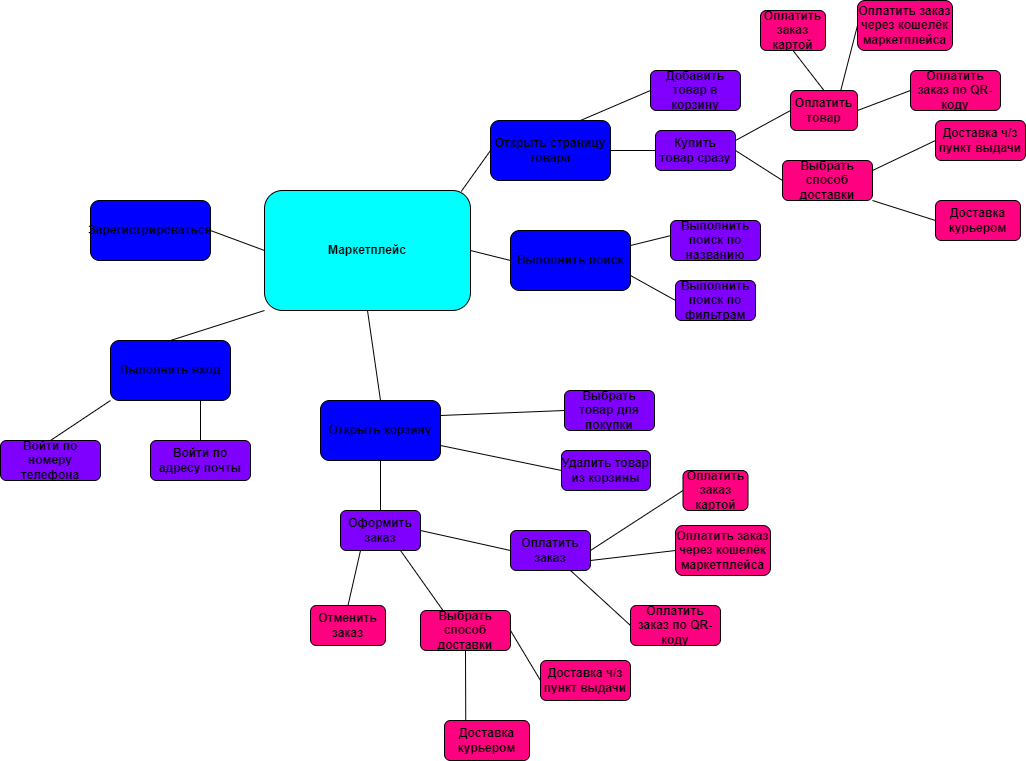
Involuntar/Test keeps this draw.io diagram as intel_card.png. Above is the earlier version. Source tidied: cells renumbered, new cells last; positions are measured from the earlier drawing's top-left corner, leaving out a move shared by most shapes.
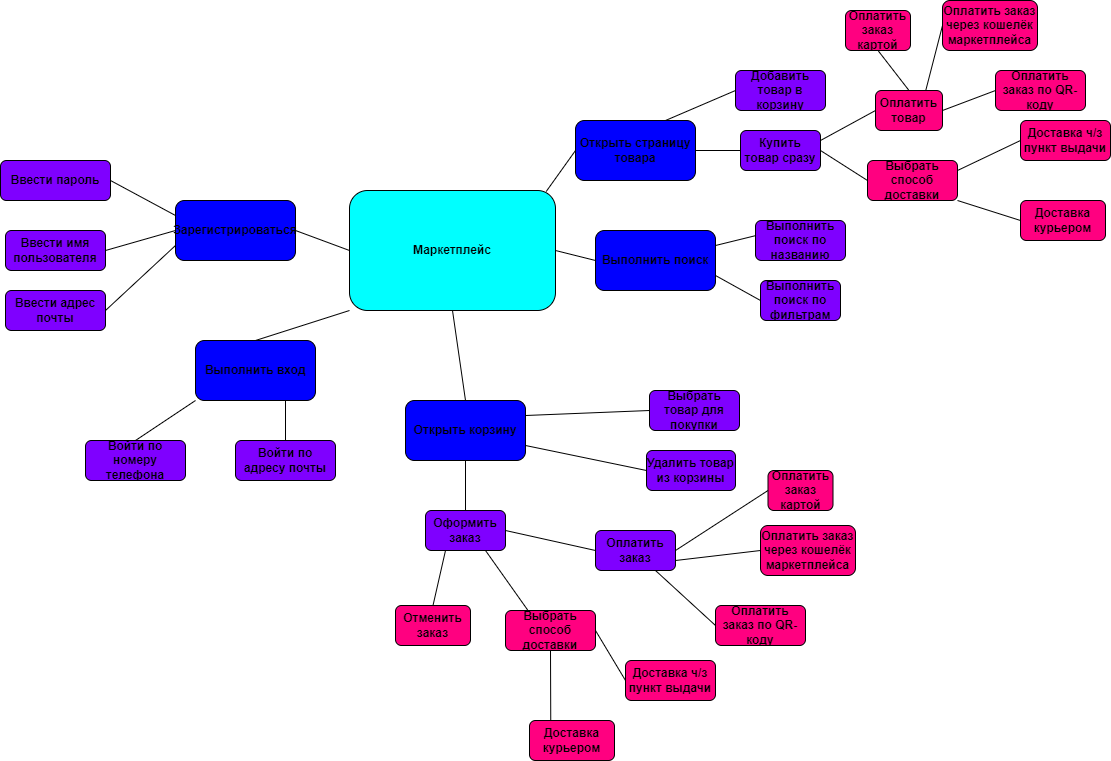
Later version of the same file.

What changed in the source:
```diff
@@ -179,5 +179,23 @@
     <mxCell id="60" style="endArrow=none;html=1;rounded=0;entryX=0;entryY=0.5;entryDx=0;entryDy=0;exitX=0.75;exitY=1;exitDx=0;exitDy=0;" parent="1" edge="1" source="37" target="59">
       <mxGeometry relative="1" as="geometry" />
     </mxCell>
+    <mxCell id="61" value="Ввести адрес почты" style="rounded=1;whiteSpace=wrap;html=1;fontStyle=1;fillColor=#7F00FF;" parent="1" vertex="1">
+      <mxGeometry x="-80" y="290" width="100" height="40" as="geometry" />
+    </mxCell>
+    <mxCell id="62" value="Ввести имя пользователя" style="rounded=1;whiteSpace=wrap;html=1;fontStyle=1;fillColor=#7F00FF;" parent="1" vertex="1">
+      <mxGeometry x="-80" y="230" width="100" height="40" as="geometry" />
+    </mxCell>
+    <mxCell id="63" value="Ввести пароль" style="rounded=1;whiteSpace=wrap;html=1;fontStyle=1;fillColor=#7F00FF;" parent="1" vertex="1">
+      <mxGeometry x="-85" y="160" width="110" height="40" as="geometry" />
+    </mxCell>
+    <mxCell id="64" style="endArrow=none;html=1;rounded=0;entryX=1;entryY=0.5;entryDx=0;entryDy=0;exitX=0;exitY=0.25;exitDx=0;exitDy=0;" parent="1" edge="1" source="50" target="63">
+      <mxGeometry relative="1" as="geometry" />
+    </mxCell>
+    <mxCell id="65" style="endArrow=none;html=1;rounded=0;entryX=0;entryY=0.5;entryDx=0;entryDy=0;exitX=1;exitY=0.5;exitDx=0;exitDy=0;" parent="1" edge="1" source="62" target="50">
+      <mxGeometry relative="1" as="geometry" />
+    </mxCell>
+    <mxCell id="66" style="endArrow=none;html=1;rounded=0;entryX=0;entryY=0.75;entryDx=0;entryDy=0;exitX=1;exitY=0.5;exitDx=0;exitDy=0;" parent="1" edge="1" source="61" target="50">
+      <mxGeometry relative="1" as="geometry" />
+    </mxCell>
   </root>
 </mxGraphModel>
```
